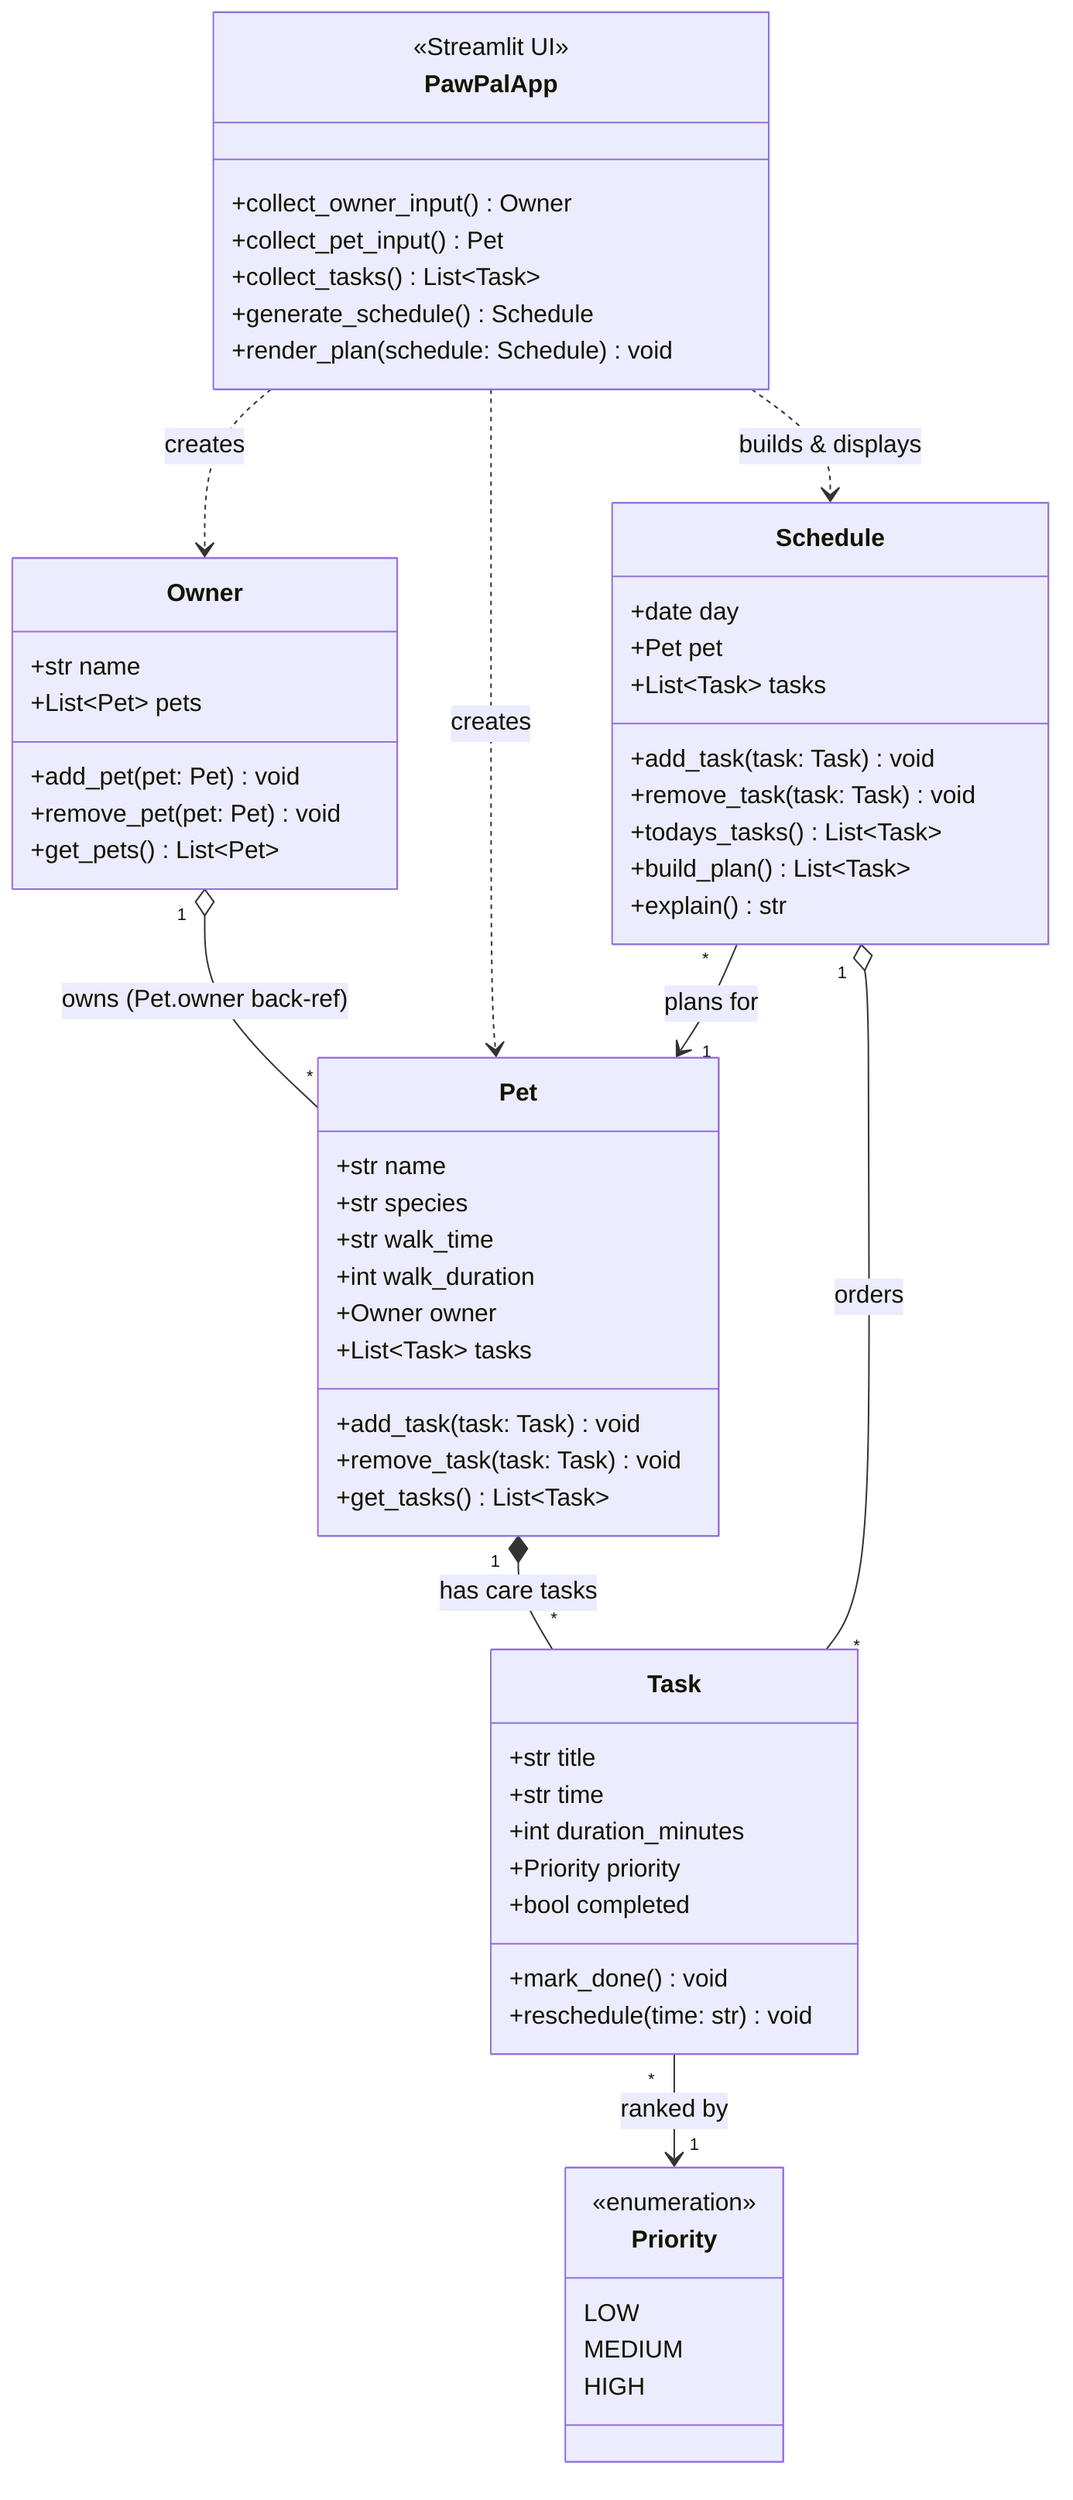
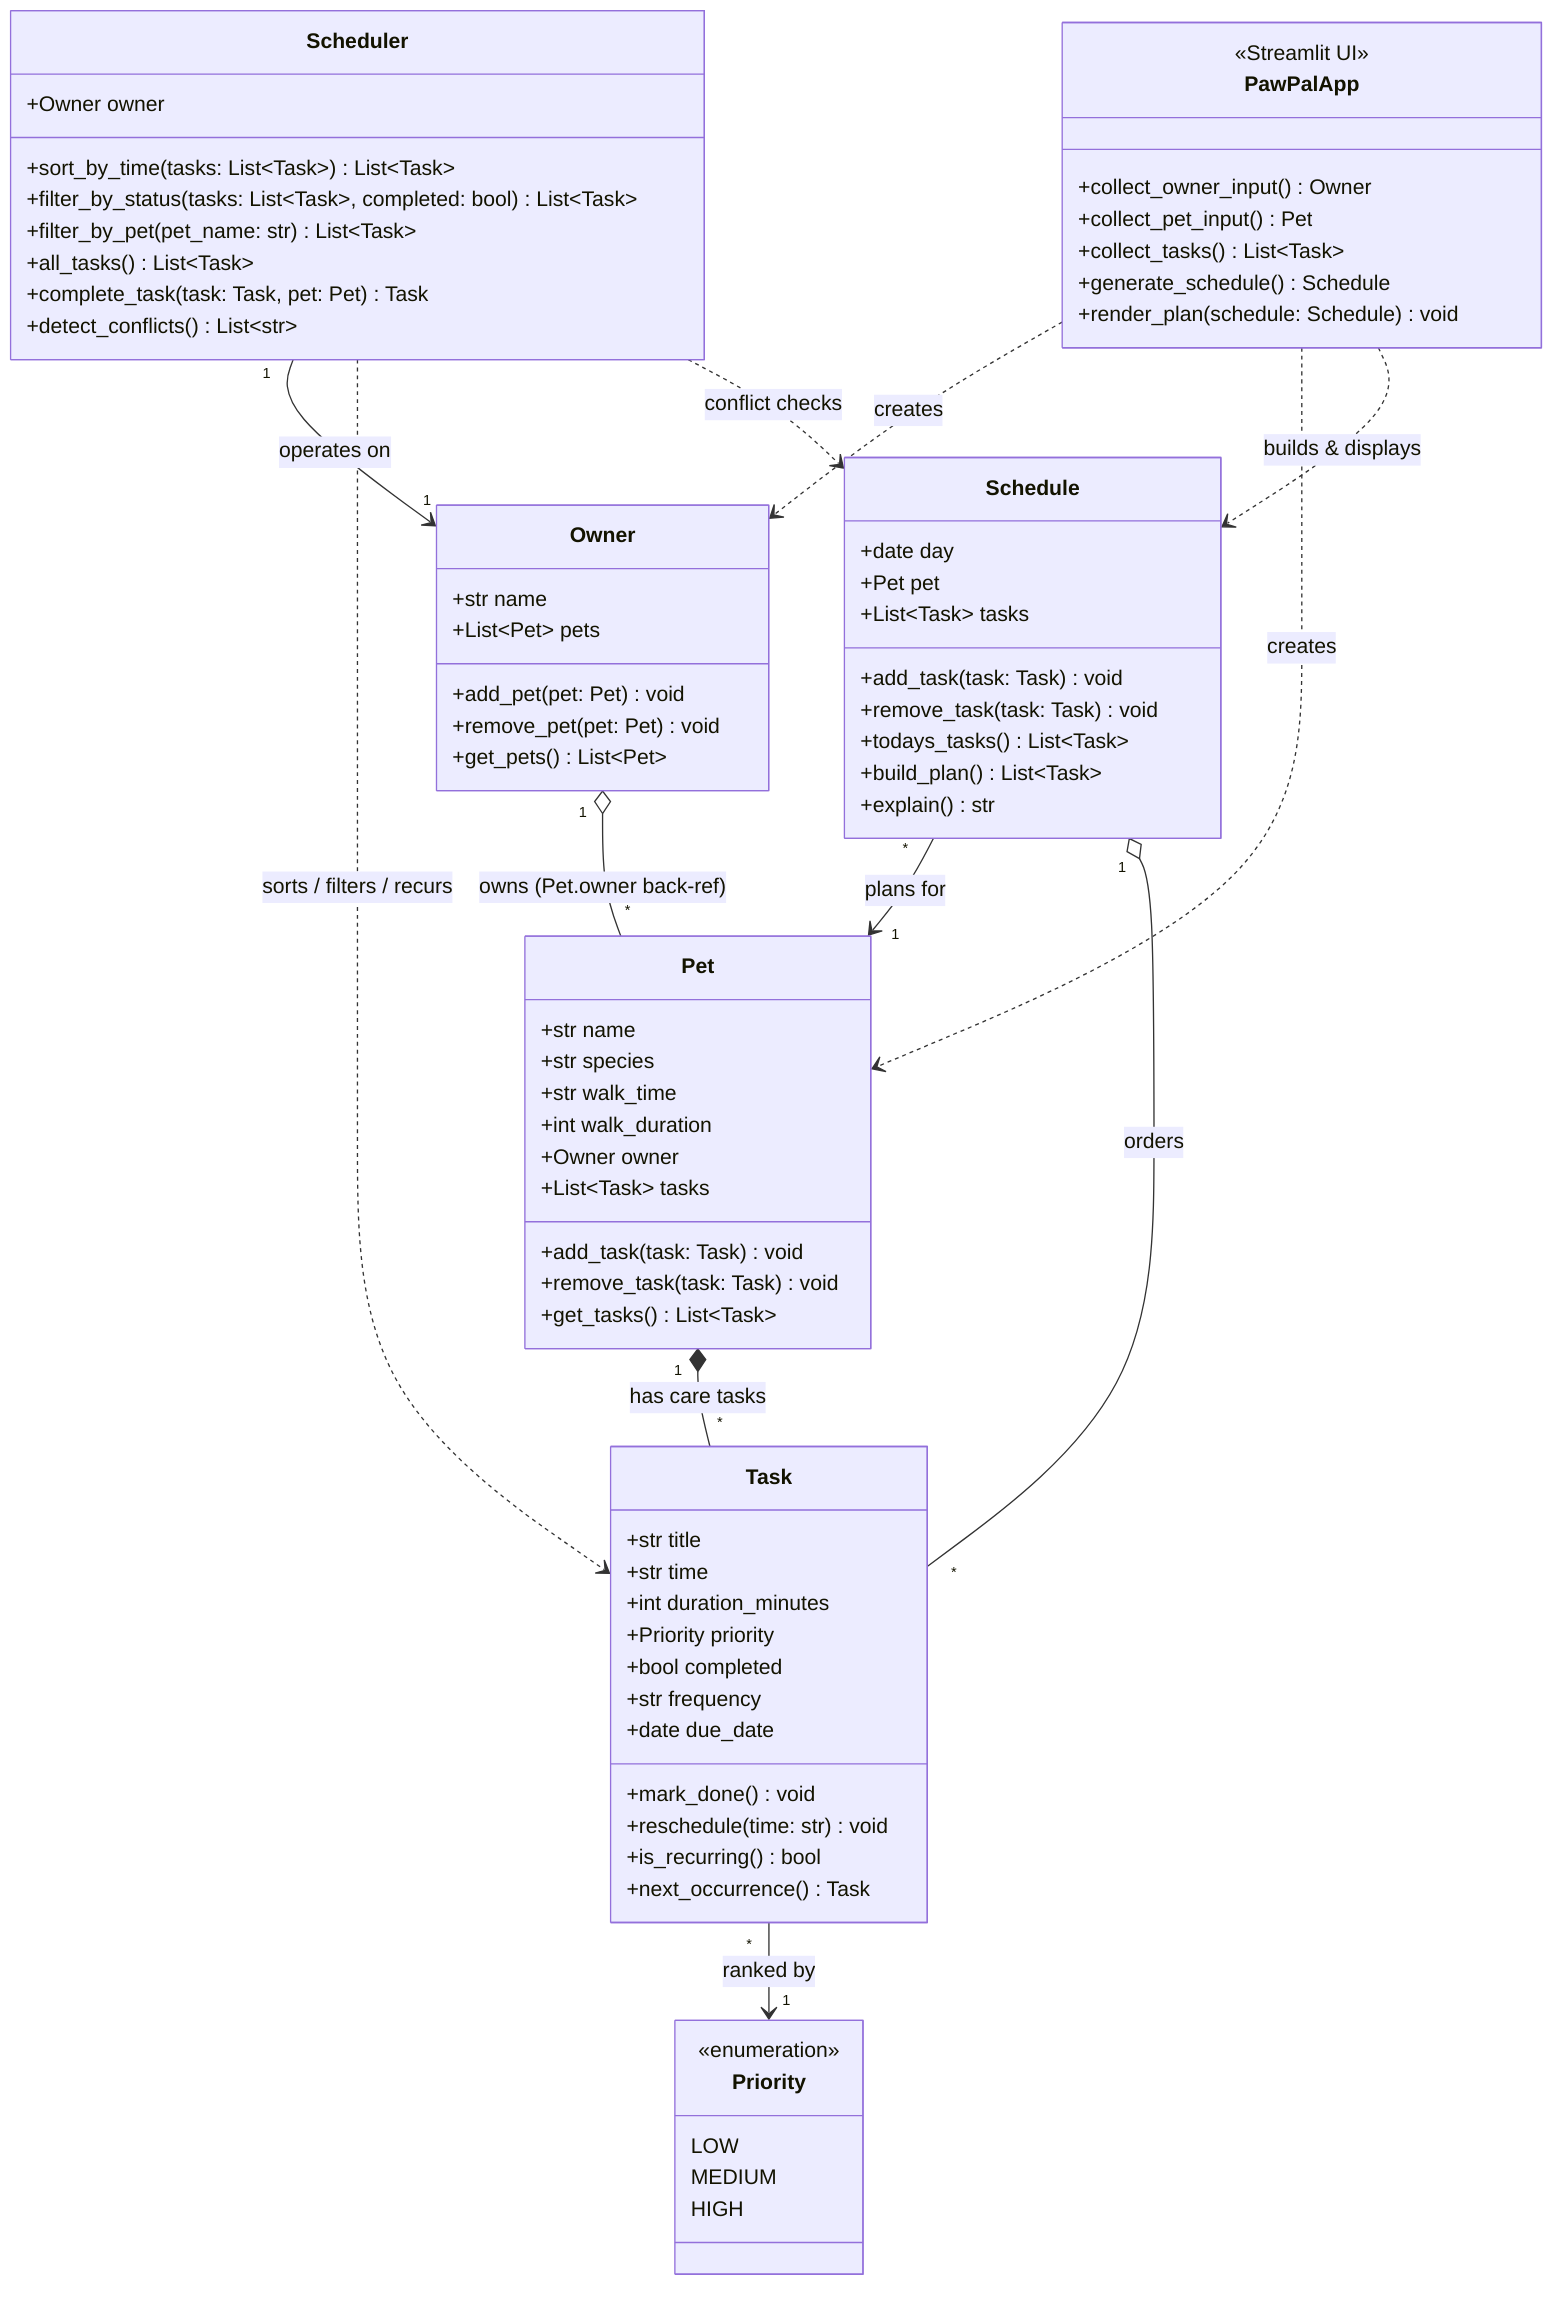
classDiagram
    %% PawPal+ class diagram
    %% Source of truth: pawpal_system.py (+ app.py UI layer).
    %% Keep this file updated so it matches your final implementation.

    class Owner {
        +str name
        +List~Pet~ pets
        +add_pet(pet: Pet) void
        +remove_pet(pet: Pet) void
        +get_pets() List~Pet~
    }

    class Pet {
        +str name
        +str species
        +str walk_time
        +int walk_duration
        +Owner owner
        +List~Task~ tasks
        +add_task(task: Task) void
        +remove_task(task: Task) void
        +get_tasks() List~Task~
    }

    class Task {
        +str title
        +str time
        +int duration_minutes
        +Priority priority
        +bool completed
+         +str frequency
+         +date due_date
        +mark_done() void
        +reschedule(time: str) void
+         +is_recurring() bool
+         +next_occurrence() Task
    }

    class Schedule {
        +date day
        +Pet pet
        +List~Task~ tasks
        +add_task(task: Task) void
        +remove_task(task: Task) void
        +todays_tasks() List~Task~
        +build_plan() List~Task~
        +explain() str
    }

    class Priority {
        <<enumeration>>
        LOW
        MEDIUM
        HIGH
    }

+     class Scheduler {
+         +Owner owner
+         +sort_by_time(tasks: List~Task~) List~Task~
+         +filter_by_status(tasks: List~Task~, completed: bool) List~Task~
+         +filter_by_pet(pet_name: str) List~Task~
+         +all_tasks() List~Task~
+         +complete_task(task: Task, pet: Pet) Task
+         +detect_conflicts() List~str~
+     }
+ 
    class PawPalApp {
        <<Streamlit UI>>
        +collect_owner_input() Owner
        +collect_pet_input() Pet
        +collect_tasks() List~Task~
        +generate_schedule() Schedule
        +render_plan(schedule: Schedule) void
    }

    %% Relationships
    Owner "1" o-- "*" Pet : owns (Pet.owner back-ref)
    Pet "1" *-- "*" Task : has care tasks
    Schedule "*" --> "1" Pet : plans for
    Schedule "1" o-- "*" Task : orders
    Task "*" --> "1" Priority : ranked by
+     Scheduler "1" --> "1" Owner : operates on
+     Scheduler ..> Task : sorts / filters / recurs
+     Scheduler ..> Schedule : conflict checks
    PawPalApp ..> Owner : creates
    PawPalApp ..> Pet : creates
    PawPalApp ..> Schedule : builds & displays
